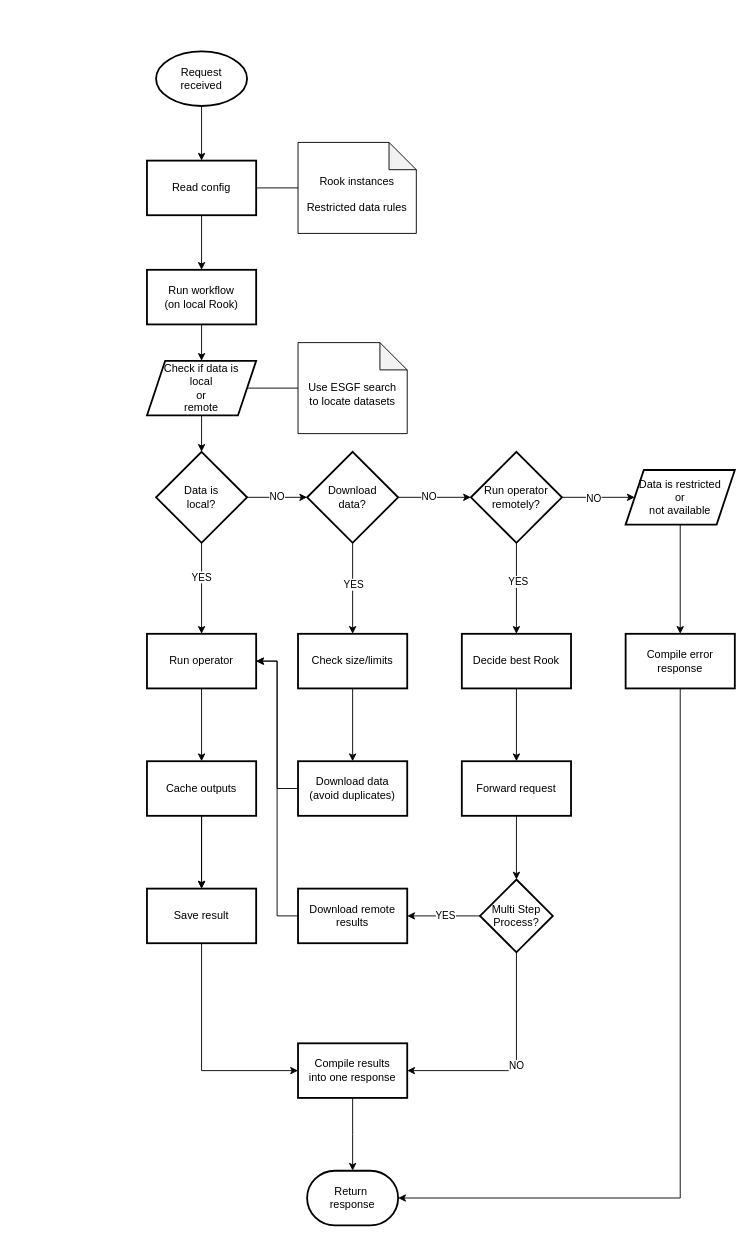
ESGF/esgf-cwt keeps this draw.io diagram as drawio/esgf-cwt-delegation_v2.drawio. Above is the earlier version. Source tidied: cells renumbered, new cells numbered last; positions are measured from the earlier drawing's top-left corner, leaving out a move shared by most shapes. Both pictures are drawn from the tidied source at 91%, with x=0, y=0 at pixel (147, 51).
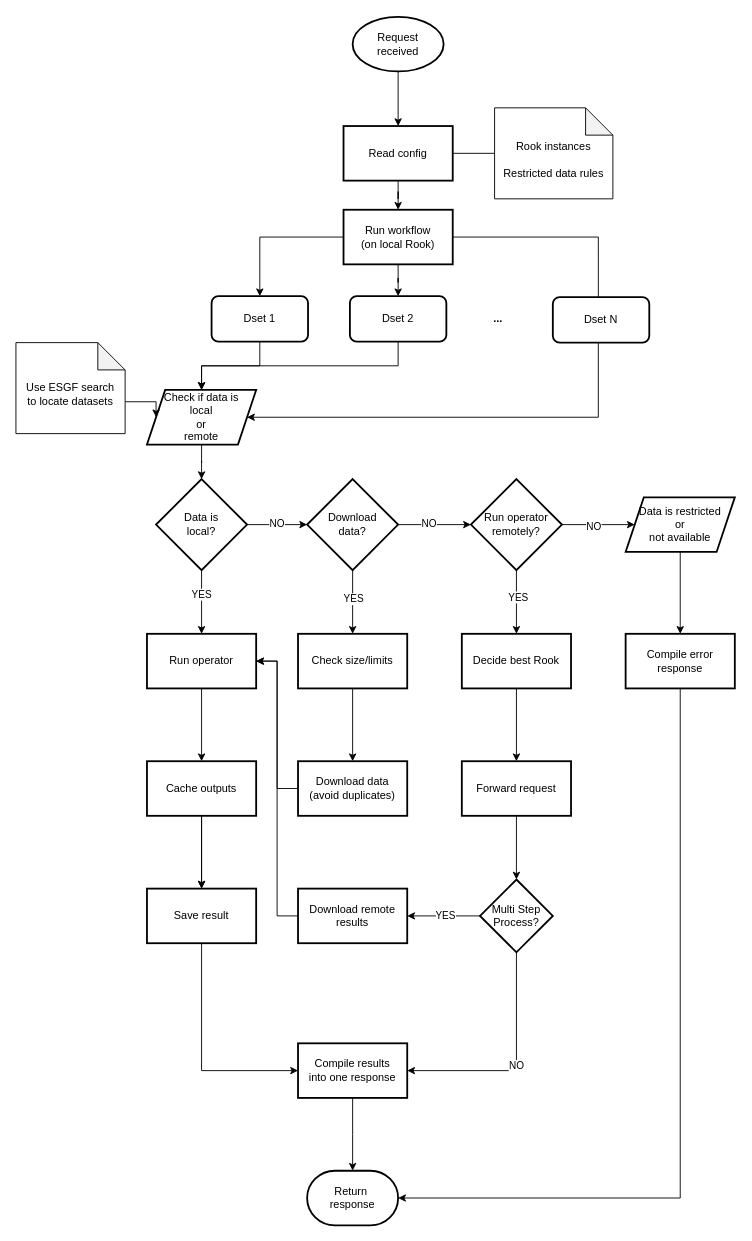
After the change.

Commit message:
Added Dset inputs phase

Diff of the diagram source:
```diff
@@
     <mxCell id="2" value="Request &lt;br&gt;received" style="strokeWidth=2;html=1;shape=mxgraph.flowchart.start_1;whiteSpace=wrap;" parent="1" vertex="1">
-      <mxGeometry x="10" width="100" height="60" as="geometry" />
+      <mxGeometry x="226" y="-38" width="100" height="60" as="geometry" />
     </mxCell>
@@
     <mxCell id="7" value="Data is &lt;br&gt;local?" style="strokeWidth=2;html=1;shape=mxgraph.flowchart.decision;whiteSpace=wrap;" parent="1" vertex="1">
-      <mxGeometry x="10" y="440" width="100" height="100" as="geometry" />
+      <mxGeometry x="10" y="470" width="100" height="100" as="geometry" />
     </mxCell>
@@
     <mxCell id="16" value="Download&lt;br&gt;data?" style="strokeWidth=2;html=1;shape=mxgraph.flowchart.decision;whiteSpace=wrap;" parent="1" vertex="1">
-      <mxGeometry x="176" y="440" width="100" height="100" as="geometry" />
+      <mxGeometry x="176" y="470" width="100" height="100" as="geometry" />
     </mxCell>
@@
     <mxCell id="32" value="Run operator&lt;br&gt;remotely?" style="strokeWidth=2;html=1;shape=mxgraph.flowchart.decision;whiteSpace=wrap;" parent="1" vertex="1">
-      <mxGeometry x="356" y="440" width="100" height="100" as="geometry" />
+      <mxGeometry x="356" y="470" width="100" height="100" as="geometry" />
     </mxCell>
@@
     <mxCell id="34" value="Data is restricted&lt;br&gt;or&lt;br&gt;not available" style="shape=parallelogram;perimeter=parallelogramPerimeter;whiteSpace=wrap;html=1;fixedSize=1;strokeWidth=2;" parent="1" vertex="1">
-      <mxGeometry x="526" y="460" width="120" height="60" as="geometry" />
+      <mxGeometry x="526" y="490" width="120" height="60" as="geometry" />
     </mxCell>
@@
     <mxCell id="39" value="Read config" style="whiteSpace=wrap;html=1;strokeWidth=2;" parent="1" vertex="1">
-      <mxGeometry y="120" width="120" height="60" as="geometry" />
+      <mxGeometry x="216" y="82" width="120" height="60" as="geometry" />
     </mxCell>
@@
     <mxCell id="50" value="&lt;br&gt;Rook instances&lt;br&gt;&lt;br&gt;Restricted data rules" style="shape=note;whiteSpace=wrap;html=1;backgroundOutline=1;darkOpacity=0.05;" parent="1" vertex="1">
-      <mxGeometry x="166" y="100" width="130" height="100" as="geometry" />
+      <mxGeometry x="382" y="62" width="130" height="100" as="geometry" />
     </mxCell>
-    <mxCell id="51" style="edgeStyle=orthogonalEdgeStyle;rounded=0;jettySize=auto;html=1;" parent="1" edge="1" source="52" target="54">
+    <mxCell id="51" style="edgeStyle=orthogonalEdgeStyle;rounded=0;jettySize=auto;html=1;exitX=0.5;exitY=1;exitDx=0;exitDy=0;" parent="1" edge="1" source="62" target="54">
       <mxGeometry relative="1" as="geometry" />
     </mxCell>
+    <mxCell id="57" style="edgeStyle=orthogonalEdgeStyle;rounded=0;jettySize=auto;html=1;" parent="1" edge="1" source="52" target="62">
+      <mxGeometry relative="1" as="geometry" />
+    </mxCell>
+    <mxCell id="58" style="edgeStyle=orthogonalEdgeStyle;rounded=0;jettySize=auto;html=1;" parent="1" edge="1" source="52" target="61">
+      <mxGeometry relative="1" as="geometry" />
+    </mxCell>
+    <mxCell id="59" style="edgeStyle=orthogonalEdgeStyle;rounded=0;jettySize=auto;html=1;entryX=0.472;entryY=0.2;entryDx=0;entryDy=0;entryPerimeter=0;" parent="1" edge="1" source="52" target="65">
+      <mxGeometry relative="1" as="geometry" />
+    </mxCell>
     <mxCell id="52" value="Run workflow&lt;br&gt;(on local Rook)" style="whiteSpace=wrap;html=1;strokeWidth=2;" parent="1" vertex="1">
-      <mxGeometry y="240" width="120" height="60" as="geometry" />
+      <mxGeometry x="216" y="174" width="120" height="60" as="geometry" />
     </mxCell>
@@
     <mxCell id="54" value="Check if data is&lt;br&gt;local&lt;br&gt;or&lt;br&gt;remote" style="shape=parallelogram;perimeter=parallelogramPerimeter;whiteSpace=wrap;html=1;fixedSize=1;strokeWidth=2;" parent="1" vertex="1">
-      <mxGeometry y="340" width="120" height="60" as="geometry" />
+      <mxGeometry y="372" width="120" height="60" as="geometry" />
     </mxCell>
-    <mxCell id="55" style="edgeStyle=orthogonalEdgeStyle;rounded=0;jettySize=auto;html=1;entryX=1;entryY=0.5;entryDx=0;entryDy=0;endArrow=none;endFill=0;" parent="1" edge="1" source="56" target="54">
+    <mxCell id="55" style="edgeStyle=orthogonalEdgeStyle;rounded=0;jettySize=auto;html=1;exitX=0;exitY=0;exitDx=120;exitDy=65;exitPerimeter=0;entryX=0;entryY=0.5;entryDx=0;entryDy=0;" parent="1" edge="1" source="56" target="54">
       <mxGeometry relative="1" as="geometry" />
     </mxCell>
     <mxCell id="56" value="&lt;br&gt;Use ESGF search&lt;br&gt;to locate datasets" style="shape=note;whiteSpace=wrap;html=1;backgroundOutline=1;darkOpacity=0.05;" parent="1" vertex="1">
-      <mxGeometry x="166" y="320" width="120" height="100" as="geometry" />
+      <mxGeometry x="-144" y="320" width="120" height="100" as="geometry" />
     </mxCell>
+    <mxCell id="60" style="edgeStyle=orthogonalEdgeStyle;rounded=0;jettySize=auto;html=1;exitX=0.5;exitY=1;exitDx=0;exitDy=0;entryX=0.5;entryY=0;entryDx=0;entryDy=0;" parent="1" edge="1" source="61" target="54">
+      <mxGeometry relative="1" as="geometry" />
+    </mxCell>
+    <mxCell id="61" value="Dset 1" style="rounded=1;whiteSpace=wrap;html=1;strokeWidth=2;" parent="1" vertex="1">
+      <mxGeometry x="71" y="269" width="106" height="50" as="geometry" />
+    </mxCell>
+    <mxCell id="62" value="Dset 2" style="rounded=1;whiteSpace=wrap;html=1;strokeWidth=2;" parent="1" vertex="1">
+      <mxGeometry x="223" y="269" width="106" height="50" as="geometry" />
+    </mxCell>
+    <mxCell id="63" value="&lt;b&gt;...&lt;/b&gt;" style="text;html=1;strokeColor=none;fillColor=none;align=center;verticalAlign=middle;whiteSpace=wrap;rounded=0;" parent="1" vertex="1">
+      <mxGeometry x="356" y="279" width="60" height="30" as="geometry" />
+    </mxCell>
+    <mxCell id="64" style="edgeStyle=orthogonalEdgeStyle;rounded=0;jettySize=auto;html=1;entryX=1;entryY=0.5;entryDx=0;entryDy=0;" parent="1" edge="1" source="65" target="54">
+      <mxGeometry relative="1" as="geometry">
+        <Array as="points">
+          <mxPoint x="496" y="402" />
+        </Array>
+      </mxGeometry>
+    </mxCell>
+    <mxCell id="65" value="Dset N" style="rounded=1;whiteSpace=wrap;html=1;strokeWidth=2;" parent="1" vertex="1">
+      <mxGeometry x="446" y="270" width="106" height="50" as="geometry" />
+    </mxCell>
```
